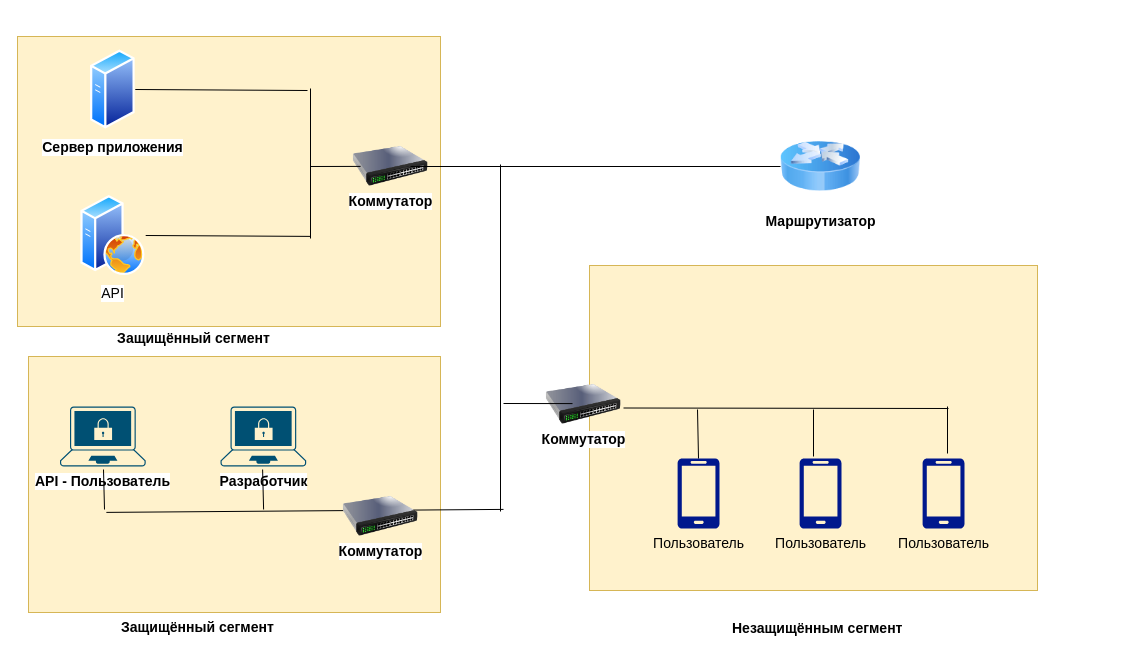
oussamanech/Git01 keeps this draw.io diagram as page "Page-1" (1 of 5) of Схема расположения компонентов ИС.drawio. Above is the earlier version. Source tidied: cells renumbered, new cells numbered last; positions are measured from the earlier drawing's top-left corner, leaving out a move shared by most shapes. Both pictures are drawn from the tidied source at 100%, with x=0, y=0 at pixel (17, 36). Pictures stored in the file or linked from it are replaced by grey dashed boxes.
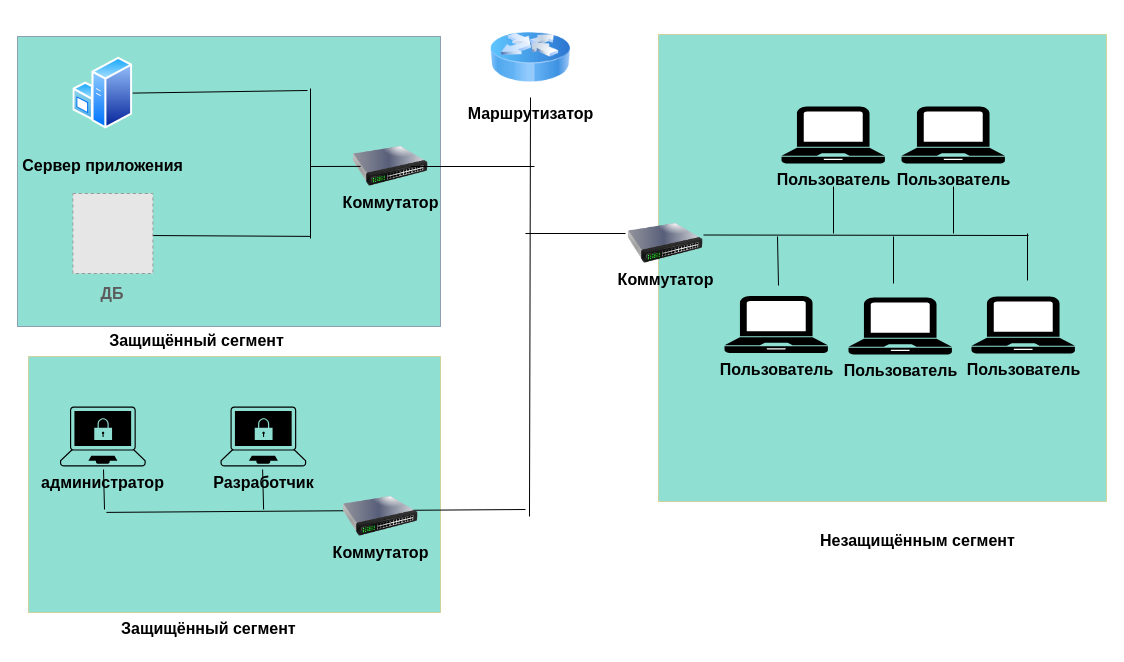
The same page after the edit.

The edit, as a diff of the source:
```diff
@@
-    <mxCell id="2" style="rounded=0;whiteSpace=wrap;html=1;sketch=0;fontSize=14;labelBackgroundColor=default;fontStyle=1;fillColor=#fff2cc;strokeColor=#d6b656;" parent="1" vertex="1">
-      <mxGeometry x="572" y="229" width="448" height="325" as="geometry" />
+    <mxCell id="2" style="rounded=0;whiteSpace=wrap;html=1;sketch=0;fontSize=16;labelBackgroundColor=none;fontStyle=1;fillColor=#21C0A5;strokeColor=#d6b656;opacity=50;" parent="1" vertex="1">
+      <mxGeometry x="641" y="-2" width="448" height="467" as="geometry" />
     </mxCell>
-    <mxCell id="3" style="rounded=0;whiteSpace=wrap;html=1;sketch=0;fontSize=14;labelBackgroundColor=default;fontStyle=1;fillColor=#fff2cc;strokeColor=#d6b656;" parent="1" vertex="1">
+    <mxCell id="3" style="rounded=0;whiteSpace=wrap;html=1;sketch=0;fontSize=16;labelBackgroundColor=none;fontStyle=1;fillColor=#21C0A5;strokeColor=#56517e;opacity=50;" parent="1" vertex="1">
       <mxGeometry width="423" height="290" as="geometry" />
     </mxCell>
-    <mxCell id="4" value="Сервер приложения" style="perimeter=ellipsePerimeter;html=1;align=center;shadow=0;dashed=0;spacingTop=3;image;image=img/lib/active_directory/generic_server.svg;fillColor=#B2C9AB;strokeColor=#788AA3;fontColor=#000000;fontSize=14;labelBackgroundColor=default;fontStyle=1;" parent="1" vertex="1">
-      <mxGeometry x="73" y="13" width="44.8" height="80" as="geometry" />
+    <mxCell id="4" value="Сервер приложения" style="perimeter=ellipsePerimeter;html=1;align=center;shadow=0;dashed=0;spacingTop=3;image;image=img/lib/active_directory/windows_server.svg;fontFamily=Helvetica;fontSize=16;fontColor=#000000;strokeColor=#788AA3;fillColor=#B2C9AB;labelBackgroundColor=none;fontStyle=1;" parent="1" vertex="1">
+      <mxGeometry x="55.4" y="3.2" width="59.8" height="106.8" as="geometry" />
     </mxCell>
-    <mxCell id="5" value="API" style="perimeter=ellipsePerimeter;html=1;align=center;shadow=0;dashed=0;spacingTop=3;image;image=img/lib/active_directory/web_server.svg;fontFamily=Helvetica;fontSize=14;fontColor=#000000;strokeColor=#788AA3;fillColor=#B2C9AB;" parent="1" vertex="1">
-      <mxGeometry x="62.6" y="159" width="65.6" height="80" as="geometry" />
-    </mxCell>
-    <mxCell id="6" value="Коммутатор" style="image;html=1;image=img/lib/clip_art/networking/Switch_128x128.png;fillColor=#B2C9AB;strokeColor=#788AA3;fontColor=#000000;fontSize=14;labelBackgroundColor=default;fontStyle=1;" parent="1" vertex="1">
+    <mxCell id="6" value="Коммутатор" style="image;html=1;image=img/lib/clip_art/networking/Switch_128x128.png;fillColor=#B2C9AB;strokeColor=#788AA3;fontColor=#000000;fontSize=16;labelBackgroundColor=none;fontStyle=1;" parent="1" vertex="1">
       <mxGeometry x="333" y="110" width="80" height="40" as="geometry" />
     </mxCell>
-    <mxCell id="7" value="&lt;span style=&quot;font-size: 14px;&quot;&gt;&lt;font style=&quot;font-size: 14px;&quot;&gt;Пользователь&lt;/font&gt;&lt;/span&gt;" style="verticalLabelPosition=bottom;html=1;verticalAlign=top;align=center;strokeColor=none;fillColor=#00188D;shape=mxgraph.azure.mobile;shadow=0;dashed=0;fontFamily=Helvetica;fontSize=14;fontColor=#000000;strokeWidth=1;gradientColor=none;sketch=0;" parent="1" vertex="1">
-      <mxGeometry x="660" y="422" width="42" height="70" as="geometry" />
-    </mxCell>
-    <mxCell id="8" value="&lt;span style=&quot;font-size: 14px;&quot;&gt;&lt;font style=&quot;font-size: 14px;&quot;&gt;Пользователь&lt;/font&gt;&lt;/span&gt;" style="verticalLabelPosition=bottom;html=1;verticalAlign=top;align=center;strokeColor=none;fillColor=#00188D;shape=mxgraph.azure.mobile;shadow=0;dashed=0;fontFamily=Helvetica;fontSize=14;fontColor=#000000;strokeWidth=2;sketch=0;" parent="1" vertex="1">
-      <mxGeometry x="782" y="422" width="42" height="70" as="geometry" />
-    </mxCell>
-    <mxCell id="9" value="Пользователь" style="verticalLabelPosition=bottom;html=1;verticalAlign=top;align=center;strokeColor=none;fillColor=#00188D;shape=mxgraph.azure.mobile;shadow=0;dashed=0;fontFamily=Helvetica;fontSize=14;fontColor=#000000;strokeWidth=2;sketch=0;" parent="1" vertex="1">
-      <mxGeometry x="905" y="422" width="42" height="70" as="geometry" />
-    </mxCell>
-    <mxCell id="10" style="rounded=0;whiteSpace=wrap;html=1;sketch=0;fontSize=14;labelBackgroundColor=default;fontStyle=1;fillColor=#fff2cc;strokeColor=#d6b656;" parent="1" vertex="1">
+    <mxCell id="10" style="rounded=0;whiteSpace=wrap;html=1;sketch=0;fontSize=16;labelBackgroundColor=none;fontStyle=1;fillColor=#21C0A5;strokeColor=#d6b656;opacity=50;" parent="1" vertex="1">
       <mxGeometry x="11" y="320" width="412" height="256" as="geometry" />
     </mxCell>
-    <mxCell id="11" value="Разработчик" style="verticalLabelPosition=bottom;sketch=0;html=1;verticalAlign=top;align=center;shape=mxgraph.cisco19.secure_endpoints;fillColor=#005073;strokeColor=none;rounded=0;fontColor=#000000;fontSize=14;labelBackgroundColor=default;fontStyle=1;" parent="1" vertex="1">
+    <mxCell id="11" value="Разработчик" style="verticalLabelPosition=bottom;sketch=0;html=1;verticalAlign=top;align=center;shape=mxgraph.cisco19.secure_endpoints;fillColor=#000000;strokeColor=none;rounded=0;fontColor=#000000;fontSize=16;labelBackgroundColor=none;fontStyle=1;" parent="1" vertex="1">
       <mxGeometry x="203" y="370" width="85.7" height="60" as="geometry" />
     </mxCell>
-    <mxCell id="12" style="endArrow=none;html=1;rounded=1;sketch=0;fontColor=#000000;strokeColor=#000000;fillColor=#B2C9AB;exitX=1;exitY=0.5;exitDx=0;exitDy=0;strokeWidth=1;fontSize=14;labelBackgroundColor=default;fontStyle=1;" parent="1" edge="1" source="4">
+    <mxCell id="12" style="endArrow=none;html=1;rounded=1;sketch=0;fontColor=#000000;strokeColor=#000000;fillColor=#B2C9AB;exitX=1;exitY=0.5;exitDx=0;exitDy=0;strokeWidth=1;fontSize=16;labelBackgroundColor=none;fontStyle=1;" parent="1" edge="1" source="4">
       <mxGeometry relative="1" as="geometry">
         <mxPoint x="290" y="54" as="targetPoint" />
       </mxGeometry>
     </mxCell>
-    <mxCell id="13" style="endArrow=none;html=1;rounded=1;sketch=0;fontColor=#000000;strokeColor=#000000;fillColor=#B2C9AB;exitX=1;exitY=0.5;exitDx=0;exitDy=0;entryX=0.581;entryY=0.172;entryDx=0;entryDy=0;entryPerimeter=0;strokeWidth=1;fontSize=14;labelBackgroundColor=default;fontStyle=1;" parent="1" edge="1" source="5">
+    <mxCell id="13" style="endArrow=none;html=1;rounded=1;sketch=0;fontColor=#000000;strokeColor=#000000;fillColor=#B2C9AB;exitX=1;exitY=0.5;exitDx=0;exitDy=0;entryX=0.581;entryY=0.172;entryDx=0;entryDy=0;entryPerimeter=0;strokeWidth=1;fontSize=16;labelBackgroundColor=none;fontStyle=1;" parent="1" edge="1">
       <mxGeometry relative="1" as="geometry">
+        <mxPoint x="128.2" y="199" as="sourcePoint" />
         <mxPoint x="293.1" y="199.9" as="targetPoint" />
       </mxGeometry>
     </mxCell>
-    <mxCell id="14" style="endArrow=none;html=1;rounded=1;sketch=0;fontColor=#000000;strokeColor=#000000;fillColor=#B2C9AB;strokeWidth=1;fontSize=14;labelBackgroundColor=default;fontStyle=1;" parent="1" edge="1">
+    <mxCell id="14" style="endArrow=none;html=1;rounded=1;sketch=0;fontColor=#000000;strokeColor=#000000;fillColor=#B2C9AB;strokeWidth=1;fontSize=16;labelBackgroundColor=none;fontStyle=1;" parent="1" edge="1">
       <mxGeometry relative="1" as="geometry">
         <mxPoint x="293" y="202" as="sourcePoint" />
         <mxPoint x="293" y="52" as="targetPoint" />
       </mxGeometry>
     </mxCell>
-    <mxCell id="15" style="endArrow=none;html=1;rounded=1;sketch=0;fontColor=#000000;strokeColor=#000000;fillColor=#B2C9AB;entryX=0.581;entryY=0.172;entryDx=0;entryDy=0;entryPerimeter=0;fontSize=14;labelBackgroundColor=default;fontStyle=1;" parent="1" edge="1">
+    <mxCell id="15" style="endArrow=none;html=1;rounded=1;sketch=0;fontColor=#000000;strokeColor=#000000;fillColor=#B2C9AB;entryX=0.581;entryY=0.172;entryDx=0;entryDy=0;entryPerimeter=0;fontSize=16;labelBackgroundColor=none;fontStyle=1;" parent="1" edge="1">
       <mxGeometry relative="1" as="geometry">
         <mxPoint x="293" y="130" as="sourcePoint" />
         <mxPoint x="343.1" y="129.9" as="targetPoint" />
       </mxGeometry>
     </mxCell>
-    <mxCell id="16" style="endArrow=none;html=1;rounded=1;sketch=0;fontColor=#000000;strokeColor=#000000;fillColor=#B2C9AB;exitX=0.75;exitY=0.5;exitDx=0;exitDy=0;exitPerimeter=0;strokeWidth=1;fontSize=14;labelBackgroundColor=default;fontStyle=1;entryX=0;entryY=0.5;entryDx=0;entryDy=0;" parent="1" edge="1" source="6" target="30">
-      <mxGeometry relative="1" as="geometry" />
+    <mxCell id="16" style="endArrow=none;html=1;rounded=1;sketch=0;fontColor=#000000;strokeColor=#000000;fillColor=#B2C9AB;exitX=0.75;exitY=0.5;exitDx=0;exitDy=0;exitPerimeter=0;strokeWidth=1;fontSize=16;labelBackgroundColor=none;fontStyle=1;" parent="1" edge="1" source="6">
+      <mxGeometry relative="1" as="geometry">
+        <mxPoint x="517" y="130" as="targetPoint" />
+      </mxGeometry>
     </mxCell>
-    <mxCell id="17" style="endArrow=none;html=1;rounded=1;sketch=0;fontColor=#000000;strokeColor=#000000;fillColor=#B2C9AB;entryX=0.581;entryY=0.172;entryDx=0;entryDy=0;entryPerimeter=0;exitX=0.189;exitY=0.609;exitDx=0;exitDy=0;exitPerimeter=0;strokeWidth=1;fontSize=14;labelBackgroundColor=default;fontStyle=1;" parent="1" edge="1" source="10">
+    <mxCell id="17" style="endArrow=none;html=1;rounded=1;sketch=0;fontColor=#000000;strokeColor=#000000;fillColor=#B2C9AB;exitX=0.189;exitY=0.609;exitDx=0;exitDy=0;exitPerimeter=0;strokeWidth=1;fontSize=16;labelBackgroundColor=none;fontStyle=1;" parent="1" edge="1" source="10">
       <mxGeometry relative="1" as="geometry">
-        <mxPoint x="486" y="472.9" as="targetPoint" />
+        <mxPoint x="508" y="473" as="targetPoint" />
       </mxGeometry>
     </mxCell>
-    <mxCell id="18" value="Коммутатор" style="image;html=1;image=img/lib/clip_art/networking/Switch_128x128.png;fillColor=#B2C9AB;strokeColor=#788AA3;fontColor=#000000;fontSize=14;labelBackgroundColor=default;fontStyle=1;" parent="1" vertex="1">
+    <mxCell id="18" value="Коммутатор" style="image;html=1;image=img/lib/clip_art/networking/Switch_128x128.png;fillColor=#B2C9AB;strokeColor=#788AA3;fontColor=#000000;fontSize=16;labelBackgroundColor=none;fontStyle=1;" parent="1" vertex="1">
       <mxGeometry x="323" y="460" width="80" height="40" as="geometry" />
     </mxCell>
-    <mxCell id="19" value="API - Пользователь" style="verticalLabelPosition=bottom;sketch=0;html=1;verticalAlign=top;align=center;shape=mxgraph.cisco19.secure_endpoints;fillColor=#005073;strokeColor=none;rounded=0;fontColor=#000000;fontSize=14;labelBackgroundColor=default;fontStyle=1;" parent="1" vertex="1">
+    <mxCell id="19" value="&lt;span style=&quot;font-size: 16px;&quot;&gt;администратор&lt;/span&gt;" style="verticalLabelPosition=bottom;sketch=0;html=1;verticalAlign=top;align=center;shape=mxgraph.cisco19.secure_endpoints;fillColor=#000000;strokeColor=none;rounded=0;fontColor=#000000;fontSize=16;labelBackgroundColor=none;fontStyle=1;" parent="1" vertex="1">
       <mxGeometry x="42.5" y="370" width="85.7" height="60" as="geometry" />
     </mxCell>
-    <mxCell id="20" style="endArrow=none;html=1;rounded=1;sketch=0;fontColor=#000000;strokeColor=#000000;fillColor=#B2C9AB;strokeWidth=1;fontSize=14;labelBackgroundColor=default;fontStyle=1;" parent="1" edge="1">
+    <mxCell id="20" style="endArrow=none;html=1;rounded=1;sketch=0;fontColor=#000000;strokeColor=#000000;fillColor=#B2C9AB;strokeWidth=1;fontSize=16;labelBackgroundColor=none;fontStyle=1;" parent="1" edge="1">
       <mxGeometry relative="1" as="geometry">
         <mxPoint x="87" y="473" as="sourcePoint" />
         <mxPoint x="86" y="433" as="targetPoint" />
       </mxGeometry>
     </mxCell>
-    <mxCell id="21" style="endArrow=none;html=1;rounded=1;sketch=0;fontColor=#000000;strokeColor=#000000;fillColor=#B2C9AB;strokeWidth=1;fontSize=14;labelBackgroundColor=default;fontStyle=1;" parent="1" edge="1">
+    <mxCell id="21" style="endArrow=none;html=1;rounded=1;sketch=0;fontColor=#000000;strokeColor=#000000;fillColor=#B2C9AB;strokeWidth=1;fontSize=16;labelBackgroundColor=none;fontStyle=1;" parent="1" edge="1">
       <mxGeometry relative="1" as="geometry">
         <mxPoint x="246.1" y="473" as="sourcePoint" />
         <mxPoint x="245.1" y="433" as="targetPoint" />
       </mxGeometry>
     </mxCell>
-    <mxCell id="22" style="endArrow=none;html=1;rounded=1;sketch=0;fontColor=#000000;strokeColor=#000000;fillColor=#B2C9AB;strokeWidth=1;fontSize=14;labelBackgroundColor=default;fontStyle=1;" parent="1" edge="1">
+    <mxCell id="22" style="endArrow=none;html=1;rounded=1;sketch=0;fontColor=#000000;strokeColor=#000000;fillColor=#B2C9AB;strokeWidth=1;fontSize=16;labelBackgroundColor=none;fontStyle=1;" parent="1" edge="1">
       <mxGeometry relative="1" as="geometry">
-        <mxPoint x="606" y="371.5" as="sourcePoint" />
-        <mxPoint x="931" y="372" as="targetPoint" />
+        <mxPoint x="686" y="198.5" as="sourcePoint" />
+        <mxPoint x="1011" y="199" as="targetPoint" />
       </mxGeometry>
     </mxCell>
-    <mxCell id="23" value="Коммутатор" style="image;html=1;image=img/lib/clip_art/networking/Switch_128x128.png;fillColor=#B2C9AB;strokeColor=#788AA3;fontColor=#000000;fontSize=14;labelBackgroundColor=default;fontStyle=1;" parent="1" vertex="1">
-      <mxGeometry x="526" y="348" width="80" height="40" as="geometry" />
+    <mxCell id="23" value="Коммутатор" style="image;html=1;image=img/lib/clip_art/networking/Switch_128x128.png;fillColor=#B2C9AB;strokeColor=#788AA3;fontColor=#000000;fontSize=16;labelBackgroundColor=none;fontStyle=1;" parent="1" vertex="1">
+      <mxGeometry x="608" y="187" width="80" height="40" as="geometry" />
     </mxCell>
-    <mxCell id="24" style="endArrow=none;html=1;rounded=1;sketch=0;fontColor=#000000;strokeColor=#000000;fillColor=#B2C9AB;strokeWidth=1;exitX=0.5;exitY=0;exitDx=0;exitDy=0;exitPerimeter=0;fontSize=14;labelBackgroundColor=default;fontStyle=1;" parent="1" edge="1" source="7">
+    <mxCell id="24" style="endArrow=none;html=1;rounded=1;sketch=0;fontColor=#000000;strokeColor=#000000;fillColor=#B2C9AB;strokeWidth=1;exitX=0.5;exitY=0;exitDx=0;exitDy=0;exitPerimeter=0;fontSize=16;labelBackgroundColor=none;fontStyle=1;" parent="1" edge="1">
       <mxGeometry relative="1" as="geometry">
-        <mxPoint x="680" y="373" as="targetPoint" />
+        <mxPoint x="761" y="249" as="sourcePoint" />
+        <mxPoint x="760" y="200" as="targetPoint" />
       </mxGeometry>
     </mxCell>
-    <mxCell id="25" style="endArrow=none;html=1;rounded=1;sketch=0;fontColor=#000000;strokeColor=#000000;fillColor=#B2C9AB;strokeWidth=1;exitX=0.5;exitY=0;exitDx=0;exitDy=0;exitPerimeter=0;fontSize=14;labelBackgroundColor=default;fontStyle=1;" parent="1" edge="1">
+    <mxCell id="25" style="endArrow=none;html=1;rounded=1;sketch=0;fontColor=#000000;strokeColor=#000000;fillColor=#B2C9AB;strokeWidth=1;exitX=0.5;exitY=0;exitDx=0;exitDy=0;exitPerimeter=0;fontSize=16;labelBackgroundColor=none;fontStyle=1;" parent="1" edge="1">
       <mxGeometry relative="1" as="geometry">
-        <mxPoint x="796" y="420" as="sourcePoint" />
-        <mxPoint x="796" y="373" as="targetPoint" />
+        <mxPoint x="876" y="247" as="sourcePoint" />
+        <mxPoint x="876" y="200" as="targetPoint" />
       </mxGeometry>
     </mxCell>
-    <mxCell id="26" style="endArrow=none;html=1;rounded=1;sketch=0;fontColor=#000000;strokeColor=#000000;fillColor=#B2C9AB;strokeWidth=1;exitX=0.5;exitY=0;exitDx=0;exitDy=0;exitPerimeter=0;fontSize=14;labelBackgroundColor=default;fontStyle=1;" parent="1" edge="1">
+    <mxCell id="26" style="endArrow=none;html=1;rounded=1;sketch=0;fontColor=#000000;strokeColor=#000000;fillColor=#B2C9AB;strokeWidth=1;exitX=0.5;exitY=0;exitDx=0;exitDy=0;exitPerimeter=0;fontSize=16;labelBackgroundColor=none;fontStyle=1;" parent="1" edge="1">
       <mxGeometry relative="1" as="geometry">
-        <mxPoint x="930" y="417" as="sourcePoint" />
-        <mxPoint x="930" y="370" as="targetPoint" />
+        <mxPoint x="1010" y="244" as="sourcePoint" />
+        <mxPoint x="1010" y="197" as="targetPoint" />
       </mxGeometry>
     </mxCell>
-    <mxCell id="27" value="Защищённый сегмент" style="text;html=1;align=center;verticalAlign=middle;strokeColor=none;fillColor=none;fontSize=14;fontColor=#000000;labelBackgroundColor=default;fontStyle=1;" parent="1" vertex="1">
-      <mxGeometry x="94" y="291" width="163" height="21" as="geometry" />
+    <mxCell id="27" value="Защищённый сегмент" style="text;html=1;align=center;verticalAlign=middle;strokeColor=none;fillColor=none;fontSize=16;fontColor=#000000;labelBackgroundColor=none;fontStyle=1;" parent="1" vertex="1">
+      <mxGeometry x="86" y="292" width="185" height="23" as="geometry" />
     </mxCell>
-    <mxCell id="28" value="Защищённый сегмент" style="text;whiteSpace=wrap;html=1;fontSize=14;fontColor=#000000;labelBackgroundColor=default;fontStyle=1;" parent="1" vertex="1">
-      <mxGeometry x="102" y="576" width="164" height="31" as="geometry" />
+    <mxCell id="28" value="Защищённый сегмент" style="text;whiteSpace=wrap;html=1;fontSize=16;fontColor=#000000;labelBackgroundColor=none;fontStyle=1;" parent="1" vertex="1">
+      <mxGeometry x="102" y="576" width="244" height="31" as="geometry" />
     </mxCell>
-    <mxCell id="29" value="Незащищённым сегмент" style="text;whiteSpace=wrap;html=1;fontSize=14;fontColor=#000000;labelBackgroundColor=default;fontStyle=1;" parent="1" vertex="1">
-      <mxGeometry x="712.5" y="577" width="181" height="31" as="geometry" />
+    <mxCell id="29" value="Незащищённым сегмент" style="text;whiteSpace=wrap;html=1;fontSize=16;fontColor=#000000;labelBackgroundColor=none;fontStyle=1;" parent="1" vertex="1">
+      <mxGeometry x="801" y="488" width="283" height="31" as="geometry" />
     </mxCell>
-    <mxCell id="30" value="&lt;span style=&quot;font-size: 14px;&quot;&gt;&lt;font style=&quot;font-size: 14px;&quot;&gt;Маршрутизатор&lt;/font&gt;&lt;/span&gt;" style="image;html=1;image=img/lib/clip_art/networking/Router_Icon_128x128.png;fillColor=#B2C9AB;strokeColor=#788AA3;fontColor=#000000;fontSize=14;labelBackgroundColor=default;fontStyle=1;" parent="1" vertex="1">
-      <mxGeometry x="763" y="90" width="80" height="80" as="geometry" />
+    <mxCell id="30" value="&lt;span style=&quot;font-size: 16px;&quot;&gt;&lt;font style=&quot;font-size: 16px;&quot;&gt;Маршрутизатор&lt;/font&gt;&lt;/span&gt;" style="image;html=1;image=img/lib/clip_art/networking/Router_Icon_128x128.png;fillColor=#B2C9AB;strokeColor=#788AA3;fontColor=#000000;fontSize=16;labelBackgroundColor=none;fontStyle=1;" parent="1" vertex="1">
+      <mxGeometry x="473" y="-19" width="80" height="80" as="geometry" />
     </mxCell>
-    <mxCell id="31" style="endArrow=none;html=1;rounded=1;sketch=0;fontColor=#000000;strokeColor=#000000;fillColor=#B2C9AB;strokeWidth=1;fontSize=14;labelBackgroundColor=default;fontStyle=1;" parent="1" edge="1">
+    <mxCell id="31" style="endArrow=none;html=1;rounded=1;sketch=0;fontColor=#000000;strokeColor=#000000;fillColor=#B2C9AB;strokeWidth=1;fontSize=16;labelBackgroundColor=none;fontStyle=1;entryX=0.5;entryY=1;entryDx=0;entryDy=0;" parent="1" edge="1" target="30">
       <mxGeometry relative="1" as="geometry">
-        <mxPoint x="483" y="475" as="sourcePoint" />
-        <mxPoint x="483" y="128" as="targetPoint" />
+        <mxPoint x="512" y="480" as="sourcePoint" />
       </mxGeometry>
     </mxCell>
-    <mxCell id="32" style="endArrow=none;html=1;rounded=1;sketch=0;fontColor=#000000;strokeColor=#000000;fillColor=#B2C9AB;strokeWidth=1;fontSize=14;labelBackgroundColor=default;fontStyle=1;" parent="1" edge="1">
+    <mxCell id="32" style="endArrow=none;html=1;rounded=1;sketch=0;fontColor=#000000;strokeColor=#000000;fillColor=#B2C9AB;strokeWidth=1;fontSize=16;labelBackgroundColor=none;fontStyle=1;entryX=0;entryY=0.25;entryDx=0;entryDy=0;" parent="1" edge="1" target="23">
       <mxGeometry relative="1" as="geometry">
-        <mxPoint x="486" y="367" as="sourcePoint" />
-        <mxPoint x="555" y="367.1" as="targetPoint" />
+        <mxPoint x="508" y="197" as="sourcePoint" />
       </mxGeometry>
     </mxCell>
+    <mxCell id="33" style="fillColor=#E6E6E6;strokeColor=#999999;dashed=1;html=1;verticalAlign=top;verticalLabelPosition=bottom;labelBackgroundColor=none;fontFamily=Helvetica;fontSize=16;fontColor=default;align=center;fontStyle=1;" parent="1" vertex="1">
+      <mxGeometry x="55.4" y="157" width="80" height="80" as="geometry" />
+    </mxCell>
+    <mxCell id="34" value="ДБ" style="text;html=1;strokeColor=none;fillColor=none;align=center;verticalAlign=middle;whiteSpace=wrap;rounded=0;sketch=0;fontColor=#5C5C5C;fontStyle=1;fontSize=16;labelBackgroundColor=none;" parent="1" vertex="1">
+      <mxGeometry x="65.4" y="242" width="60" height="30" as="geometry" />
+    </mxCell>
+    <mxCell id="35" value="&lt;span style=&quot;color: rgb(0, 0, 0); font-size: 16px;&quot;&gt;Пользователь&lt;/span&gt;" style="shadow=0;dashed=0;html=1;strokeColor=none;fillColor=#000000;labelPosition=center;verticalLabelPosition=bottom;verticalAlign=top;align=center;shape=mxgraph.veeam.laptop;rounded=0;sketch=0;fontSize=16;fontColor=#5C5C5C;labelBackgroundColor=none;fontStyle=1;" parent="1" vertex="1">
+      <mxGeometry x="707" y="259.5" width="103.4" height="57" as="geometry" />
+    </mxCell>
+    <mxCell id="36" value="&lt;span style=&quot;color: rgb(0, 0, 0); font-size: 16px;&quot;&gt;Пользователь&lt;/span&gt;" style="shadow=0;dashed=0;html=1;strokeColor=none;fillColor=#000000;labelPosition=center;verticalLabelPosition=bottom;verticalAlign=top;align=center;shape=mxgraph.veeam.laptop;rounded=0;sketch=0;fontSize=16;fontColor=#5C5C5C;labelBackgroundColor=none;fontStyle=1;" parent="1" vertex="1">
+      <mxGeometry x="831" y="261" width="103.4" height="57" as="geometry" />
+    </mxCell>
+    <mxCell id="37" value="&lt;span style=&quot;color: rgb(0, 0, 0); font-size: 16px;&quot;&gt;Пользователь&lt;/span&gt;" style="shadow=0;dashed=0;html=1;strokeColor=none;fillColor=#000000;labelPosition=center;verticalLabelPosition=bottom;verticalAlign=top;align=center;shape=mxgraph.veeam.laptop;rounded=0;sketch=0;fontSize=16;fontColor=#5C5C5C;labelBackgroundColor=none;fontStyle=1;" parent="1" vertex="1">
+      <mxGeometry x="954" y="260" width="103.4" height="57" as="geometry" />
+    </mxCell>
+    <mxCell id="38" style="endArrow=none;html=1;rounded=1;sketch=0;fontColor=#000000;strokeColor=#000000;fillColor=#B2C9AB;strokeWidth=1;exitX=0.5;exitY=0;exitDx=0;exitDy=0;exitPerimeter=0;fontSize=16;labelBackgroundColor=none;fontStyle=1;" parent="1" edge="1">
+      <mxGeometry relative="1" as="geometry">
+        <mxPoint x="936" y="197" as="sourcePoint" />
+        <mxPoint x="936" y="150" as="targetPoint" />
+      </mxGeometry>
+    </mxCell>
+    <mxCell id="39" style="endArrow=none;html=1;rounded=1;sketch=0;fontColor=#000000;strokeColor=#000000;fillColor=#B2C9AB;strokeWidth=1;exitX=0.5;exitY=0;exitDx=0;exitDy=0;exitPerimeter=0;fontSize=16;labelBackgroundColor=none;fontStyle=1;" parent="1" edge="1">
+      <mxGeometry relative="1" as="geometry">
+        <mxPoint x="816" y="197" as="sourcePoint" />
+        <mxPoint x="816" y="150" as="targetPoint" />
+      </mxGeometry>
+    </mxCell>
+    <mxCell id="40" value="&lt;span style=&quot;color: rgb(0, 0, 0); font-size: 16px;&quot;&gt;Пользователь&lt;/span&gt;" style="shadow=0;dashed=0;html=1;strokeColor=none;fillColor=#000000;labelPosition=center;verticalLabelPosition=bottom;verticalAlign=top;align=center;shape=mxgraph.veeam.laptop;rounded=0;sketch=0;fontSize=16;fontColor=#5C5C5C;labelBackgroundColor=none;fontStyle=1;" parent="1" vertex="1">
+      <mxGeometry x="884" y="70" width="103.4" height="57" as="geometry" />
+    </mxCell>
+    <mxCell id="41" value="&lt;span style=&quot;color: rgb(0, 0, 0); font-size: 16px;&quot;&gt;Пользователь&lt;/span&gt;" style="shadow=0;dashed=0;html=1;strokeColor=none;fillColor=#000000;labelPosition=center;verticalLabelPosition=bottom;verticalAlign=top;align=center;shape=mxgraph.veeam.laptop;rounded=0;sketch=0;fontSize=16;fontColor=#5C5C5C;labelBackgroundColor=none;fontStyle=1;" parent="1" vertex="1">
+      <mxGeometry x="764" y="70" width="103.4" height="57" as="geometry" />
+    </mxCell>
```
